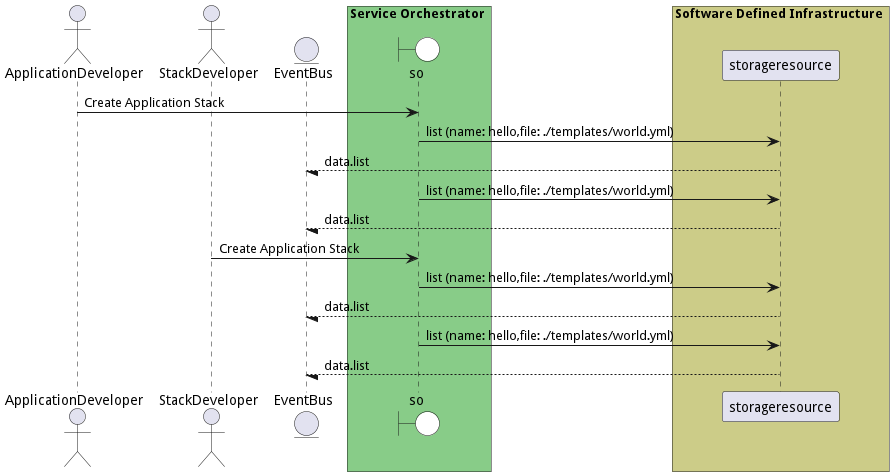
madajaju/edgemere keeps this PlantUML diagram as docs/edgemere/sml/so/usecases/managestacks/CreateApplicationStack.png. Above is the earlier version. Its diagram source:
```plantuml
@startuml

actor "ApplicationDeveloper"

actor "StackDeveloper"


entity EventBus

box Service Orchestrator #88cc88
    boundary so #white
end box


box Software Defined Infrastructure #cccc88
            participant storageresource
    end box


"ApplicationDeveloper" -> so: Create Application Stack

    so -> "storageresource": list (name: hello,file: ./templates/world.yml)

    "storageresource" --/ EventBus: data.list

    so -> "storageresource": list (name: hello,file: ./templates/world.yml)

    "storageresource" --/ EventBus: data.list


"StackDeveloper" -> so: Create Application Stack

    so -> "storageresource": list (name: hello,file: ./templates/world.yml)

    "storageresource" --/ EventBus: data.list

    so -> "storageresource": list (name: hello,file: ./templates/world.yml)

    "storageresource" --/ EventBus: data.list



@enduml
```
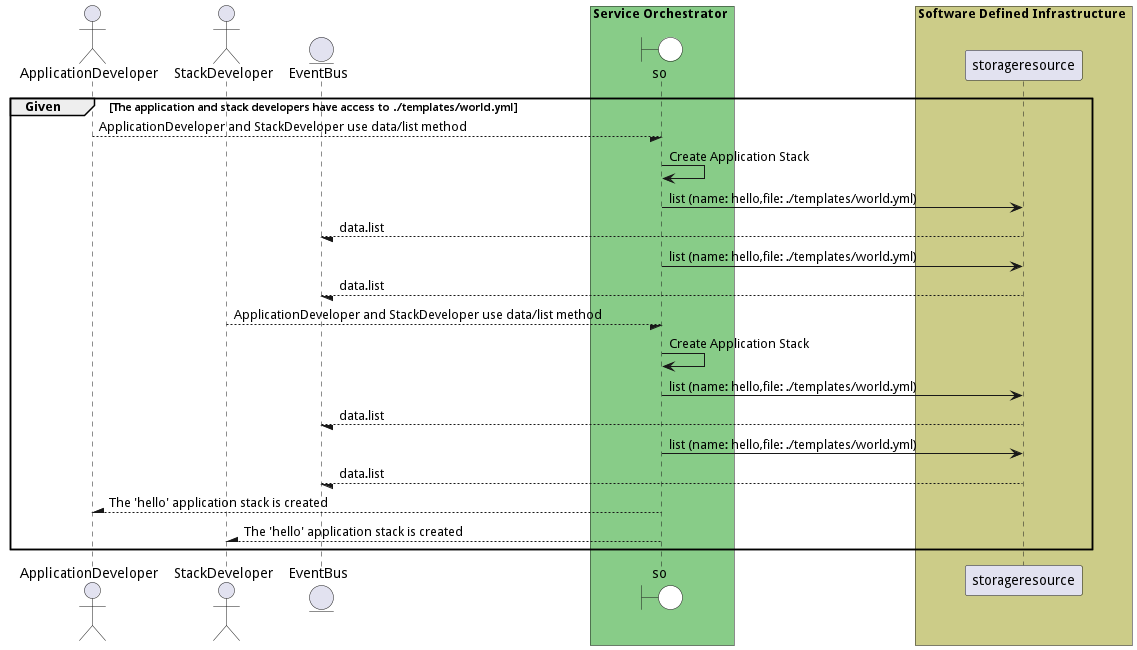
Later version of the same file.

Change to the diagram source:
```diff
@@ -1,4 +1,5 @@
 @startuml
+
 
 actor "ApplicationDeveloper"
 
@@ -16,8 +17,10 @@
             participant storageresource
     end box
 
+group Given [The application and stack developers have access to ./templates/world.yml]
 
-"ApplicationDeveloper" -> so: Create Application Stack
+"ApplicationDeveloper" --/ so: ApplicationDeveloper and StackDeveloper use data/list method
+"so" -> so: Create Application Stack
 
     so -> "storageresource": list (name: hello,file: ./templates/world.yml)
 
@@ -28,7 +31,8 @@
     "storageresource" --/ EventBus: data.list
 
 
-"StackDeveloper" -> so: Create Application Stack
+"StackDeveloper" --/ so: ApplicationDeveloper and StackDeveloper use data/list method
+"so" -> so: Create Application Stack
 
     so -> "storageresource": list (name: hello,file: ./templates/world.yml)
 
@@ -40,4 +44,11 @@
 
 
 
+"ApplicationDeveloper" /-- so: The &#39;hello&#39; application stack is created
+
+"StackDeveloper" /-- so: The &#39;hello&#39; application stack is created
+
+
+end
+
 @enduml
```
